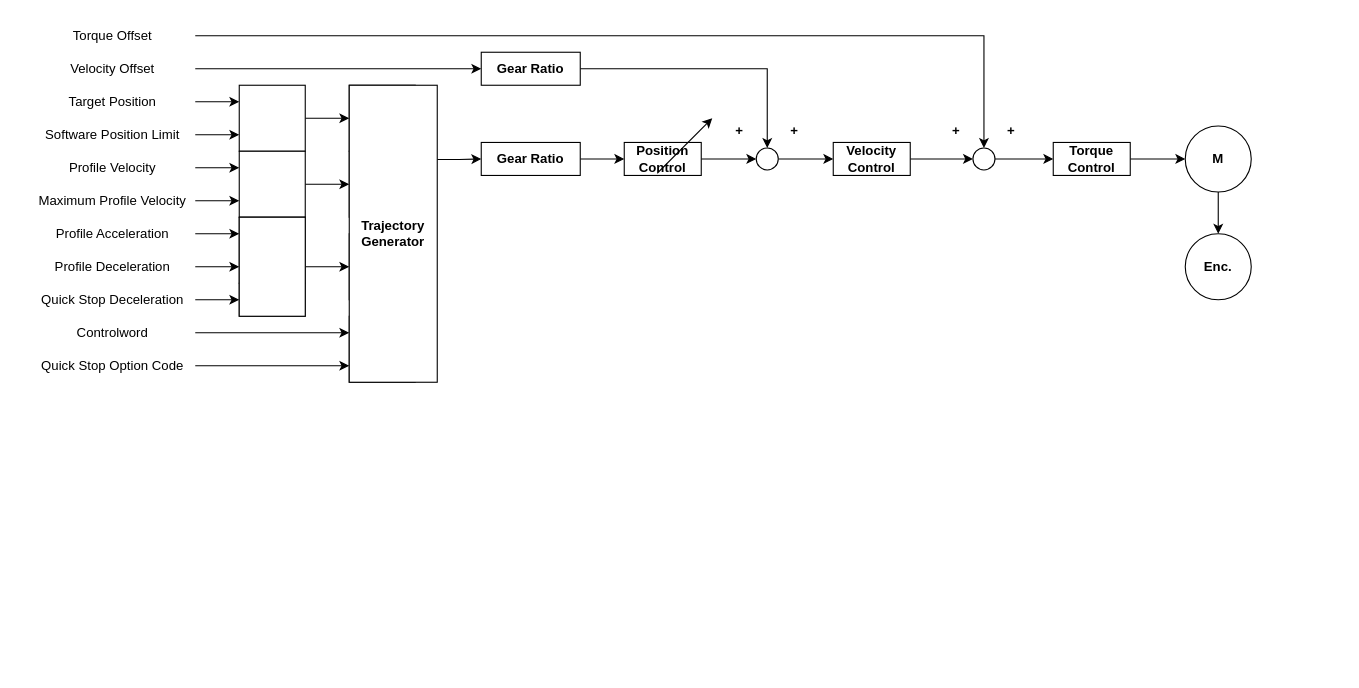
This is diagram/PP블록다이어그램.drawio from roscore/Impedance_Control_for_Stewart_Gough_Platform, a draw.io file, before an edit. Source tidied: cells renumbered, new cells numbered last; positions are measured from the earlier drawing's top-left corner, leaving out a move shared by most shapes. Both pictures are drawn from the tidied source at 110%, with x=0, y=0 at pixel (30, 19).
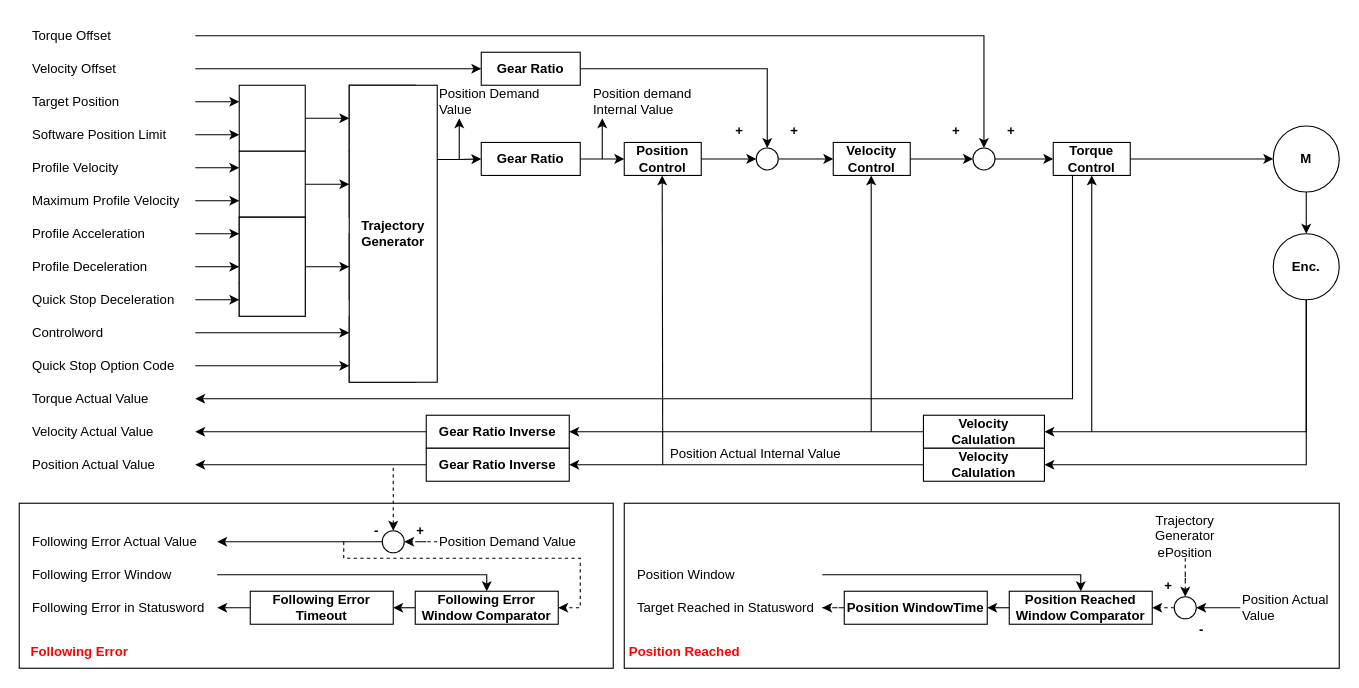
The same page after the edit.

Commit message (it also covers changes not shown here):
PP블록다이어그램.drawio 업데이트

Unchanged cells that the change refers to:
```xml
<mxCell id="51" value="&lt;b&gt;Torque&lt;br&gt;Control&lt;br&gt;&lt;/b&gt;" style="rounded=0;whiteSpace=wrap;html=1;" parent="1" vertex="1">
  <mxGeometry x="930" y="112" width="70" height="30" as="geometry" />
</mxCell>
```

The edit, as a diff of the source:
```diff
@@
+    <mxCell id="60" style="rounded=0;whiteSpace=wrap;html=1;" parent="1" vertex="1">
+      <mxGeometry x="540" y="440" width="650" height="150" as="geometry" />
+    </mxCell>
+    <mxCell id="61" value="&lt;b&gt;+&lt;/b&gt;" style="text;html=1;strokeColor=none;fillColor=none;align=center;verticalAlign=middle;whiteSpace=wrap;rounded=0;" parent="1" vertex="1">
+      <mxGeometry x="1020" y="500" width="30" height="30" as="geometry" />
+    </mxCell>
+    <mxCell id="62" style="rounded=0;whiteSpace=wrap;html=1;fontColor=#FF0000;" parent="1" vertex="1">
+      <mxGeometry x="280" y="465" width="10" height="10" as="geometry" />
+    </mxCell>
+    <mxCell id="63" style="rounded=0;whiteSpace=wrap;html=1;" parent="1" vertex="1">
+      <mxGeometry x="-10" y="440" width="540" height="150" as="geometry" />
+    </mxCell>
+    <mxCell id="64" value="&lt;b&gt;-&lt;/b&gt;" style="text;html=1;strokeColor=none;fillColor=none;align=center;verticalAlign=middle;whiteSpace=wrap;rounded=0;" parent="1" vertex="1">
+      <mxGeometry x="300" y="450" width="30" height="30" as="geometry" />
+    </mxCell>
@@
-    <mxCell id="5" value="Torque Offset" style="text;html=1;strokeColor=none;fillColor=none;align=center;verticalAlign=middle;whiteSpace=wrap;rounded=0;" parent="1" vertex="1">
+    <mxCell id="5" value="Torque Offset" style="text;html=1;strokeColor=none;fillColor=none;align=left;verticalAlign=middle;whiteSpace=wrap;rounded=0;" parent="1" vertex="1">
       <mxGeometry width="150" height="30" as="geometry" />
     </mxCell>
@@
-    <mxCell id="7" value="Velocity Offset" style="text;html=1;strokeColor=none;fillColor=none;align=center;verticalAlign=middle;whiteSpace=wrap;rounded=0;" parent="1" vertex="1">
+    <mxCell id="7" value="Velocity Offset" style="text;html=1;strokeColor=none;fillColor=none;align=left;verticalAlign=middle;whiteSpace=wrap;rounded=0;" parent="1" vertex="1">
       <mxGeometry y="30" width="150" height="30" as="geometry" />
     </mxCell>
@@
-    <mxCell id="9" value="Target Position" style="text;html=1;strokeColor=none;fillColor=none;align=center;verticalAlign=middle;whiteSpace=wrap;rounded=0;" parent="1" vertex="1">
+    <mxCell id="9" value="Target Position" style="text;html=1;strokeColor=none;fillColor=none;align=left;verticalAlign=middle;whiteSpace=wrap;rounded=0;" parent="1" vertex="1">
       <mxGeometry y="60" width="150" height="30" as="geometry" />
     </mxCell>
@@
-    <mxCell id="11" value="Software Position Limit" style="text;html=1;strokeColor=none;fillColor=none;align=center;verticalAlign=middle;whiteSpace=wrap;rounded=0;" parent="1" vertex="1">
+    <mxCell id="11" value="Software Position Limit" style="text;html=1;strokeColor=none;fillColor=none;align=left;verticalAlign=middle;whiteSpace=wrap;rounded=0;" parent="1" vertex="1">
       <mxGeometry y="90" width="150" height="30" as="geometry" />
     </mxCell>
@@
-    <mxCell id="13" value="Profile Velocity" style="text;html=1;strokeColor=none;fillColor=none;align=center;verticalAlign=middle;whiteSpace=wrap;rounded=0;" parent="1" vertex="1">
+    <mxCell id="13" value="Profile Velocity" style="text;html=1;strokeColor=none;fillColor=none;align=left;verticalAlign=middle;whiteSpace=wrap;rounded=0;" parent="1" vertex="1">
       <mxGeometry y="120" width="150" height="30" as="geometry" />
     </mxCell>
@@
-    <mxCell id="15" value="Maximum Profile Velocity" style="text;html=1;strokeColor=none;fillColor=none;align=center;verticalAlign=middle;whiteSpace=wrap;rounded=0;" parent="1" vertex="1">
+    <mxCell id="15" value="Maximum Profile Velocity" style="text;html=1;strokeColor=none;fillColor=none;align=left;verticalAlign=middle;whiteSpace=wrap;rounded=0;" parent="1" vertex="1">
       <mxGeometry y="150" width="150" height="30" as="geometry" />
     </mxCell>
@@
-    <mxCell id="17" value="Profile Acceleration" style="text;html=1;strokeColor=none;fillColor=none;align=center;verticalAlign=middle;whiteSpace=wrap;rounded=0;" parent="1" vertex="1">
+    <mxCell id="17" value="Profile Acceleration" style="text;html=1;strokeColor=none;fillColor=none;align=left;verticalAlign=middle;whiteSpace=wrap;rounded=0;" parent="1" vertex="1">
       <mxGeometry y="180" width="150" height="30" as="geometry" />
     </mxCell>
@@
-    <mxCell id="19" value="Profile Deceleration" style="text;html=1;strokeColor=none;fillColor=none;align=center;verticalAlign=middle;whiteSpace=wrap;rounded=0;" parent="1" vertex="1">
+    <mxCell id="19" value="Profile Deceleration" style="text;html=1;strokeColor=none;fillColor=none;align=left;verticalAlign=middle;whiteSpace=wrap;rounded=0;" parent="1" vertex="1">
       <mxGeometry y="210" width="150" height="30" as="geometry" />
     </mxCell>
@@
-    <mxCell id="21" value="Quick Stop Deceleration" style="text;html=1;strokeColor=none;fillColor=none;align=center;verticalAlign=middle;whiteSpace=wrap;rounded=0;" parent="1" vertex="1">
+    <mxCell id="21" value="Quick Stop Deceleration" style="text;html=1;strokeColor=none;fillColor=none;align=left;verticalAlign=middle;whiteSpace=wrap;rounded=0;" parent="1" vertex="1">
       <mxGeometry y="240" width="150" height="30" as="geometry" />
     </mxCell>
@@
-    <mxCell id="23" value="Controlword" style="text;html=1;strokeColor=none;fillColor=none;align=center;verticalAlign=middle;whiteSpace=wrap;rounded=0;" parent="1" vertex="1">
+    <mxCell id="23" value="Controlword" style="text;html=1;strokeColor=none;fillColor=none;align=left;verticalAlign=middle;whiteSpace=wrap;rounded=0;" parent="1" vertex="1">
       <mxGeometry y="270" width="150" height="30" as="geometry" />
     </mxCell>
@@
-    <mxCell id="25" value="Quick Stop Option Code" style="text;html=1;strokeColor=none;fillColor=none;align=center;verticalAlign=middle;whiteSpace=wrap;rounded=0;" parent="1" vertex="1">
+    <mxCell id="25" value="Quick Stop Option Code" style="text;html=1;strokeColor=none;fillColor=none;align=left;verticalAlign=middle;whiteSpace=wrap;rounded=0;" parent="1" vertex="1">
       <mxGeometry y="300" width="150" height="30" as="geometry" />
     </mxCell>
@@
+    <mxCell id="65" style="edgeStyle=orthogonalEdgeStyle;rounded=0;jettySize=auto;html=1;exitX=0.25;exitY=1;exitDx=0;exitDy=0;entryX=1;entryY=0.5;entryDx=0;entryDy=0;" parent="1" edge="1" source="51" target="71">
+      <mxGeometry relative="1" as="geometry" />
+    </mxCell>
@@
     <mxCell id="53" value="&lt;b&gt;M&lt;/b&gt;" style="ellipse;whiteSpace=wrap;html=1;" parent="1" vertex="1">
-      <mxGeometry x="1050" y="97" width="60" height="60" as="geometry" />
+      <mxGeometry x="1130" y="97" width="60" height="60" as="geometry" />
     </mxCell>
+    <mxCell id="66" style="edgeStyle=orthogonalEdgeStyle;rounded=0;jettySize=auto;html=1;exitX=0.5;exitY=1;exitDx=0;exitDy=0;entryX=1;entryY=0.5;entryDx=0;entryDy=0;" parent="1" edge="1" source="54" target="79">
+      <mxGeometry relative="1" as="geometry" />
+    </mxCell>
+    <mxCell id="67" style="edgeStyle=orthogonalEdgeStyle;rounded=0;jettySize=auto;html=1;exitX=0.5;exitY=1;exitDx=0;exitDy=0;entryX=1;entryY=0.5;entryDx=0;entryDy=0;" parent="1" edge="1" source="54" target="81">
+      <mxGeometry relative="1" as="geometry" />
+    </mxCell>
     <mxCell id="54" value="&lt;b&gt;Enc.&lt;/b&gt;" style="ellipse;whiteSpace=wrap;html=1;" parent="1" vertex="1">
-      <mxGeometry x="1050" y="195" width="60" height="60" as="geometry" />
+      <mxGeometry x="1130" y="195" width="60" height="60" as="geometry" />
     </mxCell>
@@
     <mxCell id="59" style="endArrow=classic;html=1;rounded=0;" parent="1" edge="1">
       <mxGeometry relative="1" as="geometry">
-        <mxPoint x="570" y="140" as="sourcePoint" />
-        <mxPoint x="620" y="90" as="targetPoint" />
+        <mxPoint x="390" y="127" as="sourcePoint" />
+        <mxPoint x="390" y="90" as="targetPoint" />
       </mxGeometry>
     </mxCell>
+    <mxCell id="68" style="endArrow=classic;html=1;rounded=0;" parent="1" edge="1">
+      <mxGeometry relative="1" as="geometry">
+        <mxPoint x="520" y="127" as="sourcePoint" />
+        <mxPoint x="520" y="90" as="targetPoint" />
+      </mxGeometry>
+    </mxCell>
+    <mxCell id="69" value="Position Demand Value" style="text;html=1;strokeColor=none;fillColor=none;align=left;verticalAlign=middle;whiteSpace=wrap;rounded=0;" parent="1" vertex="1">
+      <mxGeometry x="370" y="60" width="100" height="30" as="geometry" />
+    </mxCell>
+    <mxCell id="70" value="Position demand Internal Value" style="text;html=1;strokeColor=none;fillColor=none;align=left;verticalAlign=middle;whiteSpace=wrap;rounded=0;" parent="1" vertex="1">
+      <mxGeometry x="510" y="60" width="100" height="30" as="geometry" />
+    </mxCell>
+    <mxCell id="71" value="Torque Actual Value" style="text;html=1;strokeColor=none;fillColor=none;align=left;verticalAlign=middle;whiteSpace=wrap;rounded=0;" parent="1" vertex="1">
+      <mxGeometry y="330" width="150" height="30" as="geometry" />
+    </mxCell>
+    <mxCell id="72" value="Velocity Actual Value" style="text;html=1;strokeColor=none;fillColor=none;align=left;verticalAlign=middle;whiteSpace=wrap;rounded=0;" parent="1" vertex="1">
+      <mxGeometry y="360" width="150" height="30" as="geometry" />
+    </mxCell>
+    <mxCell id="73" value="Position Actual Value" style="text;html=1;strokeColor=none;fillColor=none;align=left;verticalAlign=middle;whiteSpace=wrap;rounded=0;" parent="1" vertex="1">
+      <mxGeometry y="390" width="150" height="30" as="geometry" />
+    </mxCell>
+    <mxCell id="74" style="edgeStyle=orthogonalEdgeStyle;rounded=0;jettySize=auto;html=1;exitX=0;exitY=0.5;exitDx=0;exitDy=0;entryX=1;entryY=0.5;entryDx=0;entryDy=0;" parent="1" edge="1" source="75" target="72">
+      <mxGeometry relative="1" as="geometry" />
+    </mxCell>
+    <mxCell id="75" value="&lt;b&gt;Gear Ratio Inverse&lt;/b&gt;" style="rounded=0;whiteSpace=wrap;html=1;" parent="1" vertex="1">
+      <mxGeometry x="360" y="360" width="130" height="30" as="geometry" />
+    </mxCell>
+    <mxCell id="76" style="edgeStyle=orthogonalEdgeStyle;rounded=0;jettySize=auto;html=1;exitX=0;exitY=0.5;exitDx=0;exitDy=0;entryX=1;entryY=0.5;entryDx=0;entryDy=0;" parent="1" edge="1" source="77" target="73">
+      <mxGeometry relative="1" as="geometry" />
+    </mxCell>
+    <mxCell id="77" value="&lt;b&gt;Gear Ratio Inverse&lt;/b&gt;" style="rounded=0;whiteSpace=wrap;html=1;" parent="1" vertex="1">
+      <mxGeometry x="360" y="390" width="130" height="30" as="geometry" />
+    </mxCell>
+    <mxCell id="78" style="edgeStyle=orthogonalEdgeStyle;rounded=0;jettySize=auto;html=1;exitX=0;exitY=0.5;exitDx=0;exitDy=0;entryX=1;entryY=0.5;entryDx=0;entryDy=0;" parent="1" edge="1" source="79" target="75">
+      <mxGeometry relative="1" as="geometry" />
+    </mxCell>
+    <mxCell id="79" value="&lt;b&gt;Velocity&lt;br&gt;Calulation&lt;br&gt;&lt;/b&gt;" style="rounded=0;whiteSpace=wrap;html=1;" parent="1" vertex="1">
+      <mxGeometry x="812" y="360" width="110" height="30" as="geometry" />
+    </mxCell>
+    <mxCell id="80" style="edgeStyle=orthogonalEdgeStyle;rounded=0;jettySize=auto;html=1;exitX=0;exitY=0.5;exitDx=0;exitDy=0;entryX=1;entryY=0.5;entryDx=0;entryDy=0;" parent="1" edge="1" source="81" target="77">
+      <mxGeometry relative="1" as="geometry" />
+    </mxCell>
+    <mxCell id="81" value="&lt;b&gt;Velocity&lt;br&gt;Calulation&lt;br&gt;&lt;/b&gt;" style="rounded=0;whiteSpace=wrap;html=1;" parent="1" vertex="1">
+      <mxGeometry x="812" y="390" width="110" height="30" as="geometry" />
+    </mxCell>
+    <mxCell id="82" style="endArrow=classic;html=1;rounded=0;entryX=0.5;entryY=1;entryDx=0;entryDy=0;" parent="1" edge="1" target="51">
+      <mxGeometry relative="1" as="geometry">
+        <mxPoint x="965" y="375" as="sourcePoint" />
+      </mxGeometry>
+    </mxCell>
+    <mxCell id="83" style="endArrow=classic;html=1;rounded=0;entryX=0.5;entryY=1;entryDx=0;entryDy=0;" parent="1" edge="1">
+      <mxGeometry relative="1" as="geometry">
+        <mxPoint x="764.5" y="375" as="sourcePoint" />
+        <mxPoint x="764.5" y="142" as="targetPoint" />
+      </mxGeometry>
+    </mxCell>
+    <mxCell id="84" style="endArrow=classic;html=1;rounded=0;entryX=0.5;entryY=1;entryDx=0;entryDy=0;" parent="1" edge="1">
+      <mxGeometry relative="1" as="geometry">
+        <mxPoint x="575" y="405" as="sourcePoint" />
+        <mxPoint x="574.5" y="142" as="targetPoint" />
+      </mxGeometry>
+    </mxCell>
+    <mxCell id="85" value="Position Actual Internal Value" style="text;html=1;strokeColor=none;fillColor=none;align=left;verticalAlign=middle;whiteSpace=wrap;rounded=0;" parent="1" vertex="1">
+      <mxGeometry x="580" y="380" width="170" height="30" as="geometry" />
+    </mxCell>
+    <mxCell id="86" style="edgeStyle=orthogonalEdgeStyle;rounded=0;jettySize=auto;html=1;exitX=0;exitY=0.5;exitDx=0;exitDy=0;entryX=1;entryY=0.5;entryDx=0;entryDy=0;fontColor=#FF0000;startArrow=none;startFill=0;endArrow=classic;endFill=1;" parent="1" edge="1" source="87" target="90">
+      <mxGeometry relative="1" as="geometry" />
+    </mxCell>
+    <mxCell id="87" style="ellipse;whiteSpace=wrap;html=1;" parent="1" vertex="1">
+      <mxGeometry x="320" y="465" width="20" height="20" as="geometry" />
+    </mxCell>
+    <mxCell id="88" value="&lt;b&gt;&lt;font color=&quot;#ff0000&quot;&gt;Following Error&lt;/font&gt;&lt;/b&gt;" style="text;html=1;strokeColor=none;fillColor=none;align=center;verticalAlign=middle;whiteSpace=wrap;rounded=0;" parent="1" vertex="1">
+      <mxGeometry x="-10" y="560" width="110" height="30" as="geometry" />
+    </mxCell>
+    <mxCell id="89" value="&lt;b&gt;&lt;font color=&quot;#ff0000&quot;&gt;Position Reached&lt;/font&gt;&lt;/b&gt;" style="text;html=1;strokeColor=none;fillColor=none;align=center;verticalAlign=middle;whiteSpace=wrap;rounded=0;" parent="1" vertex="1">
+      <mxGeometry x="540" y="560" width="110" height="30" as="geometry" />
+    </mxCell>
+    <mxCell id="90" value="Following Error Actual Value" style="text;html=1;strokeColor=none;fillColor=none;align=left;verticalAlign=middle;whiteSpace=wrap;rounded=0;" parent="1" vertex="1">
+      <mxGeometry y="460" width="170" height="30" as="geometry" />
+    </mxCell>
+    <mxCell id="91" style="edgeStyle=orthogonalEdgeStyle;rounded=0;jettySize=auto;html=1;exitX=1;exitY=0.5;exitDx=0;exitDy=0;entryX=0.5;entryY=0;entryDx=0;entryDy=0;fontColor=#FF0000;startArrow=none;startFill=0;endArrow=classic;endFill=1;" parent="1" edge="1" source="92" target="102">
+      <mxGeometry relative="1" as="geometry">
+        <Array as="points">
+          <mxPoint x="415" y="505" />
+        </Array>
+      </mxGeometry>
+    </mxCell>
+    <mxCell id="92" value="Following Error Window" style="text;html=1;strokeColor=none;fillColor=none;align=left;verticalAlign=middle;whiteSpace=wrap;rounded=0;" parent="1" vertex="1">
+      <mxGeometry y="490" width="170" height="30" as="geometry" />
+    </mxCell>
+    <mxCell id="93" value="Following Error in Statusword" style="text;html=1;strokeColor=none;fillColor=none;align=left;verticalAlign=middle;whiteSpace=wrap;rounded=0;" parent="1" vertex="1">
+      <mxGeometry y="520" width="170" height="30" as="geometry" />
+    </mxCell>
+    <mxCell id="94" style="edgeStyle=orthogonalEdgeStyle;rounded=0;jettySize=auto;html=1;exitX=1;exitY=0.5;exitDx=0;exitDy=0;entryX=0.5;entryY=0;entryDx=0;entryDy=0;fontColor=#FF0000;startArrow=none;startFill=0;endArrow=classic;endFill=1;" parent="1" edge="1" source="95" target="107">
+      <mxGeometry relative="1" as="geometry">
+        <Array as="points">
+          <mxPoint x="955" y="505" />
+        </Array>
+      </mxGeometry>
+    </mxCell>
+    <mxCell id="95" value="Position Window" style="text;html=1;strokeColor=none;fillColor=none;align=left;verticalAlign=middle;whiteSpace=wrap;rounded=0;" parent="1" vertex="1">
+      <mxGeometry x="550" y="490" width="170" height="30" as="geometry" />
+    </mxCell>
+    <mxCell id="96" value="Target Reached in Statusword" style="text;html=1;strokeColor=none;fillColor=none;align=left;verticalAlign=middle;whiteSpace=wrap;rounded=0;" parent="1" vertex="1">
+      <mxGeometry x="550" y="520" width="170" height="30" as="geometry" />
+    </mxCell>
+    <mxCell id="97" style="edgeStyle=orthogonalEdgeStyle;rounded=0;jettySize=auto;html=1;fontColor=#FF0000;dashed=1;" parent="1" edge="1" source="98" target="87">
+      <mxGeometry relative="1" as="geometry" />
+    </mxCell>
+    <mxCell id="98" value="Position Demand Value" style="text;html=1;strokeColor=none;fillColor=none;align=left;verticalAlign=middle;whiteSpace=wrap;rounded=0;" parent="1" vertex="1">
+      <mxGeometry x="370" y="460" width="140" height="30" as="geometry" />
+    </mxCell>
+    <mxCell id="99" style="endArrow=none;html=1;rounded=0;entryX=0.5;entryY=1;entryDx=0;entryDy=0;startArrow=classic;startFill=1;endFill=0;dashed=1;" parent="1" edge="1">
+      <mxGeometry relative="1" as="geometry">
+        <mxPoint x="330" y="465" as="sourcePoint" />
+        <mxPoint x="330" y="405" as="targetPoint" />
+      </mxGeometry>
+    </mxCell>
+    <mxCell id="100" value="&lt;b&gt;+&lt;/b&gt;" style="text;html=1;strokeColor=none;fillColor=none;align=center;verticalAlign=middle;whiteSpace=wrap;rounded=0;" parent="1" vertex="1">
+      <mxGeometry x="340" y="450" width="30" height="30" as="geometry" />
+    </mxCell>
+    <mxCell id="101" style="edgeStyle=orthogonalEdgeStyle;rounded=0;jettySize=auto;html=1;exitX=0;exitY=0.5;exitDx=0;exitDy=0;entryX=1;entryY=0.5;entryDx=0;entryDy=0;fontColor=#FF0000;startArrow=none;startFill=0;endArrow=classic;endFill=1;" parent="1" edge="1" source="102" target="104">
+      <mxGeometry relative="1" as="geometry" />
+    </mxCell>
+    <mxCell id="102" value="&lt;b&gt;Following Error Window Comparator&lt;/b&gt;" style="rounded=0;whiteSpace=wrap;html=1;" parent="1" vertex="1">
+      <mxGeometry x="350" y="520" width="130" height="30" as="geometry" />
+    </mxCell>
+    <mxCell id="103" style="edgeStyle=orthogonalEdgeStyle;rounded=0;jettySize=auto;html=1;exitX=0;exitY=0.5;exitDx=0;exitDy=0;fontColor=#FF0000;startArrow=none;startFill=0;endArrow=classic;endFill=1;" parent="1" edge="1" source="104" target="93">
+      <mxGeometry relative="1" as="geometry" />
+    </mxCell>
+    <mxCell id="104" value="&lt;b&gt;Following Error Timeout&lt;/b&gt;" style="rounded=0;whiteSpace=wrap;html=1;" parent="1" vertex="1">
+      <mxGeometry x="200" y="520" width="130" height="30" as="geometry" />
+    </mxCell>
+    <mxCell id="105" style="edgeStyle=orthogonalEdgeStyle;rounded=0;jettySize=auto;html=1;exitX=0.5;exitY=1;exitDx=0;exitDy=0;entryX=1;entryY=0.5;entryDx=0;entryDy=0;fontColor=#FF0000;startArrow=none;startFill=0;endArrow=classic;endFill=1;dashed=1;" parent="1" edge="1" source="62" target="102">
+      <mxGeometry relative="1" as="geometry">
+        <Array as="points">
+          <mxPoint x="285" y="490" />
+          <mxPoint x="500" y="490" />
+          <mxPoint x="500" y="535" />
+        </Array>
+      </mxGeometry>
+    </mxCell>
+    <mxCell id="106" style="edgeStyle=orthogonalEdgeStyle;rounded=0;jettySize=auto;html=1;exitX=0;exitY=0.5;exitDx=0;exitDy=0;entryX=1;entryY=0.5;entryDx=0;entryDy=0;fontColor=#FF0000;startArrow=none;startFill=0;endArrow=classic;endFill=1;" parent="1" edge="1" source="107" target="109">
+      <mxGeometry relative="1" as="geometry" />
+    </mxCell>
+    <mxCell id="107" value="&lt;b&gt;Position Reached Window Comparator&lt;/b&gt;" style="rounded=0;whiteSpace=wrap;html=1;" parent="1" vertex="1">
+      <mxGeometry x="890" y="520" width="130" height="30" as="geometry" />
+    </mxCell>
+    <mxCell id="108" style="edgeStyle=orthogonalEdgeStyle;rounded=0;jettySize=auto;html=1;exitX=0;exitY=0.5;exitDx=0;exitDy=0;fontColor=#FF0000;startArrow=none;startFill=0;endArrow=classic;endFill=1;dashed=1;" parent="1" edge="1" source="109" target="96">
+      <mxGeometry relative="1" as="geometry" />
+    </mxCell>
+    <mxCell id="109" value="&lt;b&gt;Position WindowTime&lt;/b&gt;" style="rounded=0;whiteSpace=wrap;html=1;" parent="1" vertex="1">
+      <mxGeometry x="740" y="520" width="130" height="30" as="geometry" />
+    </mxCell>
+    <mxCell id="110" style="edgeStyle=orthogonalEdgeStyle;rounded=0;jettySize=auto;html=1;exitX=0;exitY=0.5;exitDx=0;exitDy=0;entryX=1;entryY=0.5;entryDx=0;entryDy=0;fontColor=#FF0000;startArrow=none;startFill=0;endArrow=classic;endFill=1;dashed=1;" parent="1" edge="1" source="111" target="107">
+      <mxGeometry relative="1" as="geometry" />
+    </mxCell>
+    <mxCell id="111" style="ellipse;whiteSpace=wrap;html=1;" parent="1" vertex="1">
+      <mxGeometry x="1040" y="525" width="20" height="20" as="geometry" />
+    </mxCell>
+    <mxCell id="112" style="edgeStyle=orthogonalEdgeStyle;rounded=0;jettySize=auto;html=1;fontColor=#000000;startArrow=none;startFill=0;endArrow=classic;endFill=1;dashed=1;" parent="1" edge="1" source="113" target="111">
+      <mxGeometry relative="1" as="geometry" />
+    </mxCell>
+    <mxCell id="113" value="&lt;font color=&quot;#000000&quot;&gt;Trajectory Generator ePosition&lt;/font&gt;" style="text;html=1;strokeColor=none;fillColor=none;align=center;verticalAlign=middle;whiteSpace=wrap;rounded=0;fontColor=#FF0000;" parent="1" vertex="1">
+      <mxGeometry x="1010" y="450" width="80" height="40" as="geometry" />
+    </mxCell>
+    <mxCell id="114" value="&lt;b&gt;-&lt;/b&gt;" style="text;html=1;strokeColor=none;fillColor=none;align=center;verticalAlign=middle;whiteSpace=wrap;rounded=0;" parent="1" vertex="1">
+      <mxGeometry x="1050" y="540" width="30" height="30" as="geometry" />
+    </mxCell>
+    <mxCell id="115" style="edgeStyle=orthogonalEdgeStyle;rounded=0;jettySize=auto;html=1;exitX=0;exitY=0.5;exitDx=0;exitDy=0;entryX=1;entryY=0.5;entryDx=0;entryDy=0;fontColor=#000000;startArrow=none;startFill=0;endArrow=classic;endFill=1;" parent="1" edge="1" source="116" target="111">
+      <mxGeometry relative="1" as="geometry" />
+    </mxCell>
+    <mxCell id="116" value="&lt;font color=&quot;#000000&quot;&gt;Position Actual&lt;br&gt;Value&lt;/font&gt;" style="text;html=1;strokeColor=none;fillColor=none;align=left;verticalAlign=middle;whiteSpace=wrap;rounded=0;fontColor=#FF0000;" parent="1" vertex="1">
+      <mxGeometry x="1100" y="520" width="90" height="30" as="geometry" />
+    </mxCell>
```
